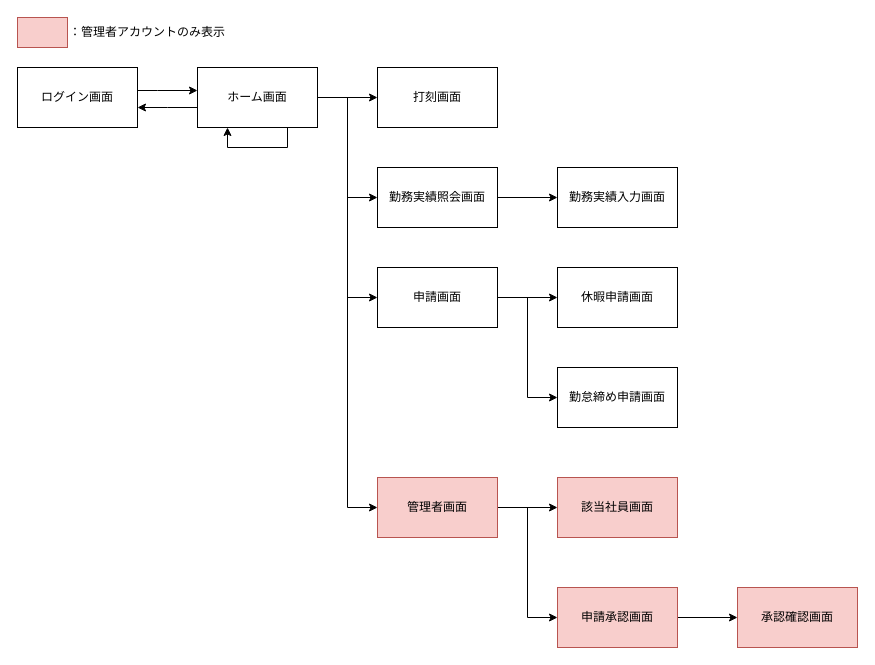
youkobaske/agentSupport-attendanceSystem keeps this draw.io diagram as docs/screen/screen-transition.drawio. Above is the earlier version. Source tidied: cells renumbered, new cells numbered last; positions are measured from the earlier drawing's top-left corner, leaving out a move shared by most shapes. Both pictures are drawn from the tidied source at 100%, with x=0, y=0 at pixel (17, 17).
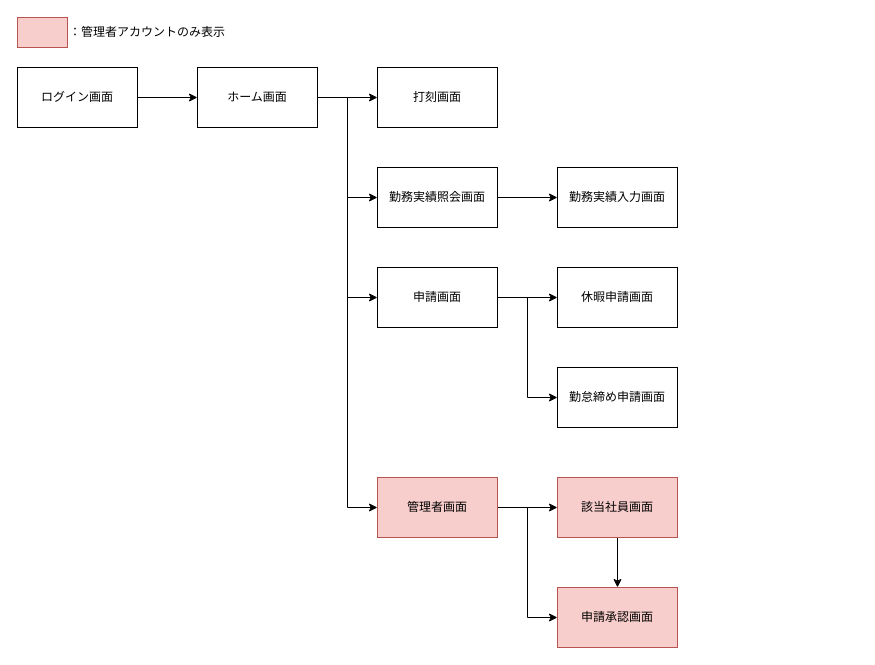
The same diagram, later.

The change refers to these unchanged cells:
```xml
<mxCell id="3" value="ログイン画面" style="rounded=0;whiteSpace=wrap;html=1;" parent="1" vertex="1">
  <mxGeometry y="50" width="120" height="60" as="geometry" />
</mxCell>
<mxCell id="9" value="ホーム画面" style="rounded=0;whiteSpace=wrap;html=1;" parent="1" vertex="1">
  <mxGeometry x="180" y="50" width="120" height="60" as="geometry" />
</mxCell>
<mxCell id="21" value="該当社員画面" style="rounded=0;whiteSpace=wrap;html=1;fillColor=#f8cecc;strokeColor=#b85450;" parent="1" vertex="1">
  <mxGeometry x="540" y="460" width="120" height="60" as="geometry" />
</mxCell>
<mxCell id="27" value="申請承認画面" style="rounded=0;whiteSpace=wrap;html=1;fillColor=#f8cecc;strokeColor=#b85450;" parent="1" vertex="1">
  <mxGeometry x="540" y="570" width="120" height="60" as="geometry" />
</mxCell>
```

Diff of the diagram source:
```diff
@@
-    <mxCell id="2" style="edgeStyle=orthogonalEdgeStyle;rounded=0;jettySize=auto;html=1;" parent="1" edge="1" source="3">
-      <mxGeometry relative="1" as="geometry">
-        <mxPoint x="180" y="73" as="targetPoint" />
-        <Array as="points">
-          <mxPoint x="140" y="73" />
-          <mxPoint x="140" y="73" />
-        </Array>
-      </mxGeometry>
-    </mxCell>
+    <mxCell id="29" style="edgeStyle=orthogonalEdgeStyle;rounded=0;jettySize=auto;html=1;" parent="1" edge="1" source="3" target="9">
+      <mxGeometry relative="1" as="geometry" />
+    </mxCell>
@@
-    <mxCell id="8" style="edgeStyle=orthogonalEdgeStyle;rounded=0;jettySize=auto;html=1;" parent="1" edge="1" source="9" target="3">
-      <mxGeometry relative="1" as="geometry">
-        <Array as="points">
-          <mxPoint x="150" y="90" />
-          <mxPoint x="150" y="90" />
-        </Array>
-      </mxGeometry>
-    </mxCell>
@@
+    <mxCell id="30" style="edgeStyle=orthogonalEdgeStyle;rounded=0;jettySize=auto;html=1;" parent="1" edge="1" source="21" target="27">
+      <mxGeometry relative="1" as="geometry" />
+    </mxCell>
@@
-    <mxCell id="22" style="edgeStyle=orthogonalEdgeStyle;rounded=0;orthogonalLoop=1;jettySize=auto;html=1;innerLoopWaypoints=1;entryX=0.25;entryY=1;entryDx=0;entryDy=0;exitX=0.75;exitY=1;exitDx=0;exitDy=0;" parent="1" edge="1" source="9" target="9">
-      <mxGeometry relative="1" as="geometry" />
-    </mxCell>
@@
-    <mxCell id="26" style="edgeStyle=orthogonalEdgeStyle;rounded=0;jettySize=auto;html=1;entryX=0;entryY=0.5;entryDx=0;entryDy=0;" parent="1" edge="1" source="27" target="28">
-      <mxGeometry relative="1" as="geometry" />
-    </mxCell>
@@
-    <mxCell id="28" value="承認確認画面" style="rounded=0;whiteSpace=wrap;html=1;fillColor=#f8cecc;strokeColor=#b85450;" parent="1" vertex="1">
-      <mxGeometry x="720" y="570" width="120" height="60" as="geometry" />
-    </mxCell>
```
